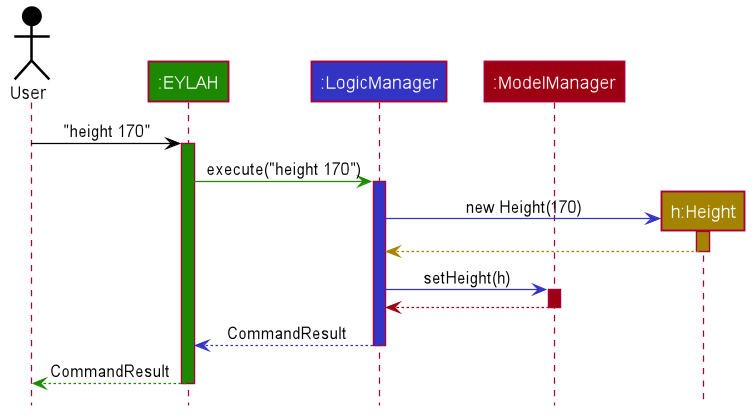
Above: images/DietTrackerHeightCommandSequenceDiagram.png in AY1920S2-CS2103T-W13-1/main (PlantUML), before the change. Its diagram source:
```plantuml
@startuml








skinparam BackgroundColor #FFFFFFF

skinparam Shadowing false

skinparam Class {
    FontColor #FFFFFF
    BorderThickness 1
    BorderColor #FFFFFF
    StereotypeFontColor #FFFFFF
    FontName Arial
}

skinparam Actor {
    BorderColor #000000
    Color #000000
    FontName Arial
}

skinparam Sequence {
    MessageAlign center
    BoxFontSize 15
    BoxPadding 0
    BoxFontColor #FFFFFF
    FontName Arial
}

skinparam Participant {
    FontColor #FFFFFFF
    Padding 20
}

skinparam MinClassWidth 50
skinparam ParticipantPadding 10
skinparam Shadowing false
skinparam DefaultTextAlignment center
skinparam packageStyle Rectangle

hide footbox
hide members
hide circle

Actor User as user #000000
Participant ":EYLAH" as ui #1D8900
Participant ":LogicManager" as logic #3333C4
Participant ":ModelManager" as model #9D0012

user -[#000000]> ui : "height 170"
activate ui #1D8900

ui -[#1D8900]> logic : execute("height 170")
activate logic #3333C4

create "h:Height" as height #A38300
logic -[#3333C4]> height : new Height(170)
activate height #A38300

height -[#A38300]-> logic
deactivate height

logic -[#3333C4]> model : setHeight(h)
activate model #9D0012

model -[#9D0012]-> logic
deactivate model

logic --[#3333C4]> ui : CommandResult
deactivate logic

ui--[#1D8900]> user : CommandResult
deactivate ui
@enduml
```
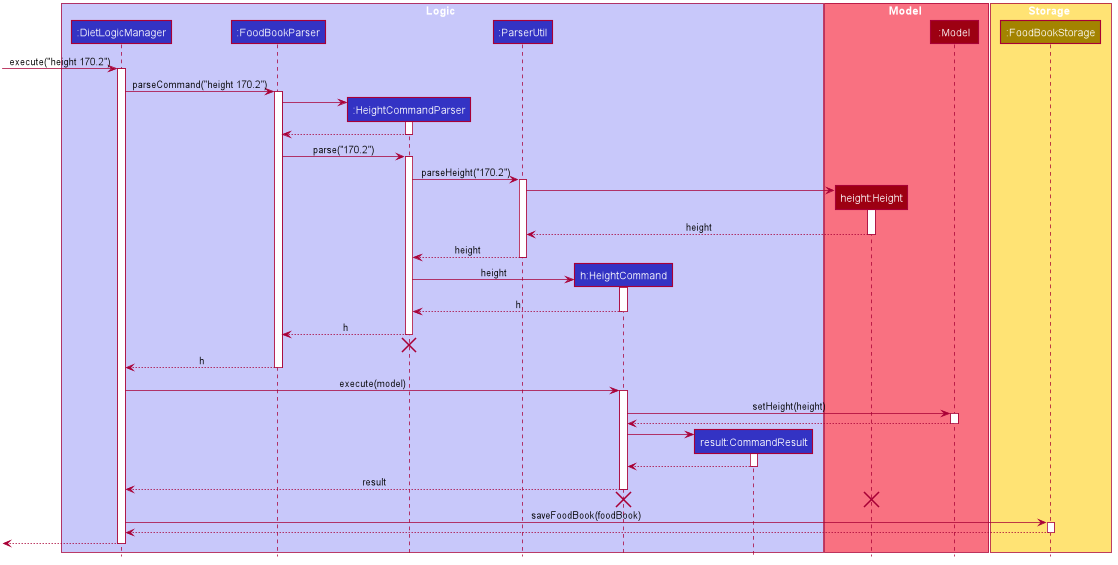
Later version of the same file.

Change to the diagram source:
```diff
@@ -48,33 +48,98 @@
 hide members
 hide circle
 
-Actor User as user #000000
-Participant ":EYLAH" as ui #1D8900
-Participant ":LogicManager" as logic #3333C4
-Participant ":ModelManager" as model #9D0012
+box Logic #C8C8FA
+participant ":DietLogicManager" as LogicManager #3333C4
+participant ":FoodBookParser" as FoodBookParser #3333C4
+participant ":HeightCommandParser" as HeightCommandParser #3333C4
+participant ":ParserUtil" as ParserUtil #3333C4
+participant "h:HeightCommand" as HeightCommand #3333C4
+participant "result:CommandResult" as CommandResult #3333C4
+end box
 
-user -[#000000]> ui : "height 170"
-activate ui #1D8900
+box Model #F97181
+participant "height:Height" as HeightHeight #9D0012
+participant ":Model" as Model #9D0012
+end box
 
-ui -[#1D8900]> logic : execute("height 170")
-activate logic #3333C4
+box Storage #FFE374
+participant ":FoodBookStorage" as FoodBookStorage #A38300
+end box
 
-create "h:Height" as height #A38300
-logic -[#3333C4]> height : new Height(170)
-activate height #A38300
+[-> LogicManager : execute("height 170.2")
+activate LogicManager
 
-height -[#A38300]-> logic
-deactivate height
+LogicManager -> FoodBookParser : parseCommand("height 170.2")
+activate FoodBookParser
 
-logic -[#3333C4]> model : setHeight(h)
-activate model #9D0012
+create HeightCommandParser
+FoodBookParser -> HeightCommandParser
+activate HeightCommandParser
 
-model -[#9D0012]-> logic
-deactivate model
+HeightCommandParser --> FoodBookParser
+deactivate HeightCommandParser
 
-logic --[#3333C4]> ui : CommandResult
-deactivate logic
+FoodBookParser -> HeightCommandParser : parse("170.2")
+activate HeightCommandParser
 
-ui--[#1D8900]> user : CommandResult
-deactivate ui
+
+HeightCommandParser -> ParserUtil : parseHeight("170.2")
+activate ParserUtil
+
+create HeightHeight
+ParserUtil -> HeightHeight
+activate HeightHeight
+
+HeightHeight --> ParserUtil : height
+deactivate HeightHeight
+
+ParserUtil --> HeightCommandParser : height
+deactivate ParserUtil
+
+create HeightCommand
+HeightCommandParser -> HeightCommand : height
+activate HeightCommand
+
+HeightCommand --> HeightCommandParser : h
+deactivate HeightCommand
+
+HeightCommandParser --> FoodBookParser : h
+deactivate HeightCommandParser
+HeightCommandParser -[hidden]-> FoodBookParser
+destroy HeightCommandParser
+
+FoodBookParser --> LogicManager : h
+deactivate FoodBookParser
+
+LogicManager -> HeightCommand : execute(model)
+activate HeightCommand
+
+HeightCommand -> Model : setHeight(height)
+activate Model
+
+Model --> HeightCommand
+deactivate Model
+
+create CommandResult
+HeightCommand -> CommandResult
+activate CommandResult
+
+CommandResult --> HeightCommand
+deactivate CommandResult
+
+HeightCommand --> LogicManager : result
+deactivate HeightCommand
+
+HeightCommand -[hidden]-> LogicManager
+destroy HeightCommand
+destroy HeightHeight
+
+LogicManager -> FoodBookStorage : saveFoodBook(foodBook)
+activate FoodBookStorage
+
+FoodBookStorage --> LogicManager
+deactivate FoodBookStorage
+
+[<--LogicManager
+deactivate LogicManager
 @enduml
```
